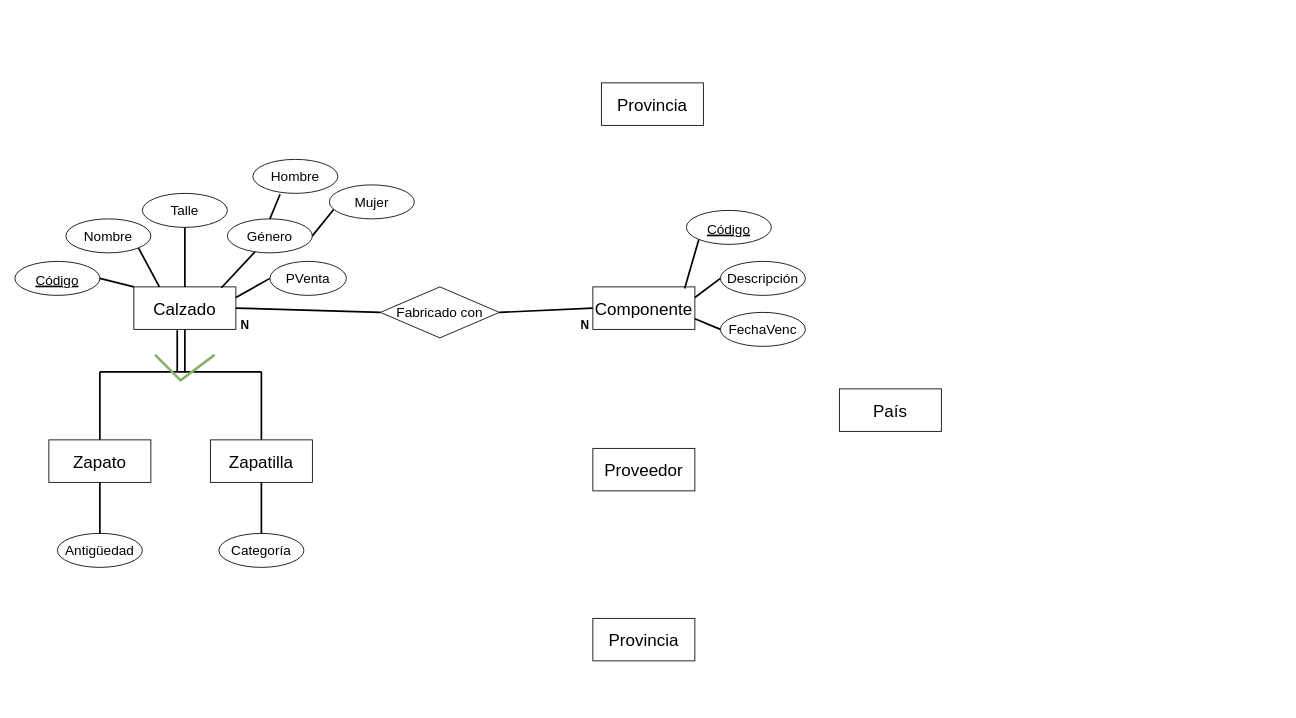
Before: Leandro Cantero - Parcial.drawio in LeandroCantero/BaseDeDatos-Unahur, a draw.io diagram. Source tidied: cells renumbered, new cells numbered last; positions are measured from the earlier drawing's top-left corner, leaving out a move shared by most shapes. Both pictures are drawn from the tidied source at 85%, with x=0, y=0 at pixel (14, 82).
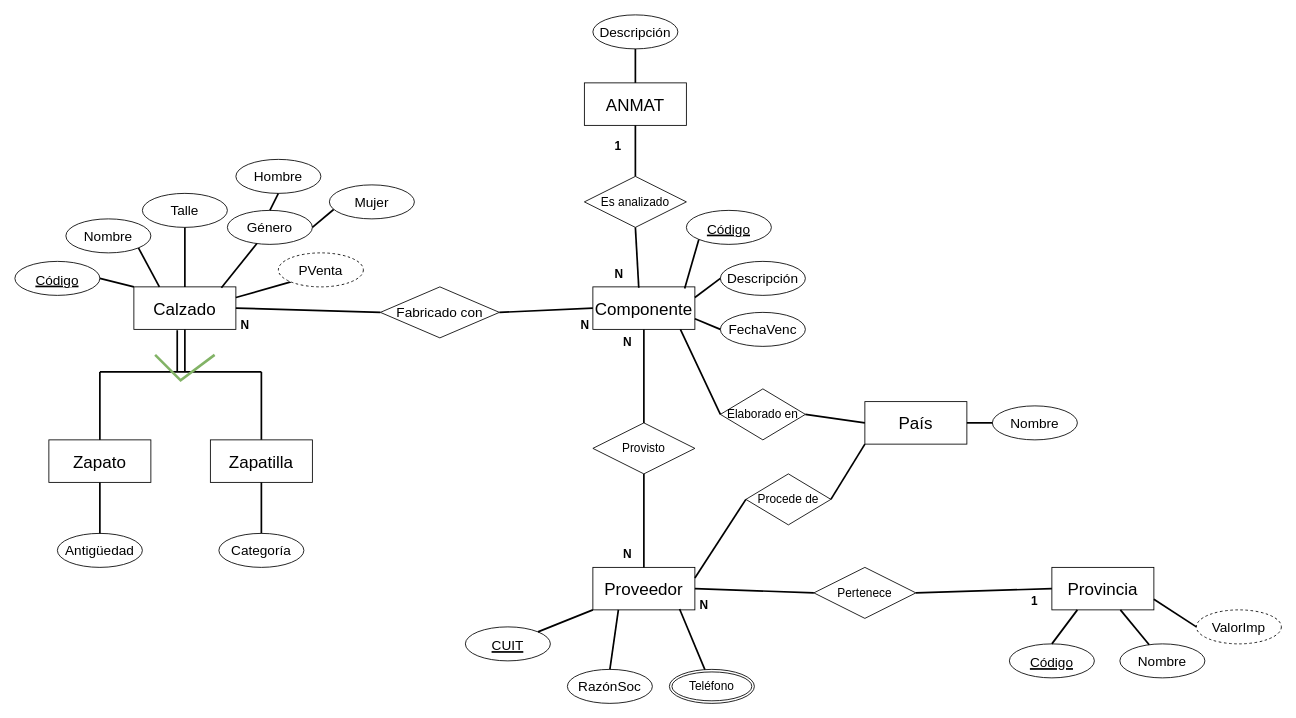
Above is the later version.

Unchanged cells that the change refers to:
```xml
<mxCell id="2" value="&lt;font style=&quot;font-size: 20px;&quot;&gt;Calzado&lt;/font&gt;" style="whiteSpace=wrap;html=1;align=center;fontSize=14;" parent="1" vertex="1">
  <mxGeometry x="140" y="240" width="120" height="50" as="geometry" />
</mxCell>
<mxCell id="29" value="&lt;span style=&quot;font-size: 20px;&quot;&gt;Componente&lt;/span&gt;" style="whiteSpace=wrap;html=1;align=center;fontSize=14;" parent="1" vertex="1">
  <mxGeometry x="680" y="240" width="120" height="50" as="geometry" />
</mxCell>
```

What changed in the source:
```diff
@@
     <mxCell id="6" value="Género" style="ellipse;whiteSpace=wrap;html=1;align=center;fontSize=16;" parent="1" vertex="1">
-      <mxGeometry x="250" y="160" width="100" height="40" as="geometry" />
+      <mxGeometry x="250" y="150" width="100" height="40" as="geometry" />
     </mxCell>
-    <mxCell id="7" value="PVenta" style="ellipse;whiteSpace=wrap;html=1;align=center;fontSize=16;" parent="1" vertex="1">
-      <mxGeometry x="300" y="210" width="90" height="40" as="geometry" />
-    </mxCell>
     <mxCell id="8" value="Hombre" style="ellipse;whiteSpace=wrap;html=1;align=center;fontSize=16;" parent="1" vertex="1">
-      <mxGeometry x="280" y="90" width="100" height="40" as="geometry" />
+      <mxGeometry x="260" y="90" width="100" height="40" as="geometry" />
     </mxCell>
@@
-    <mxCell id="14" style="endArrow=none;html=1;rounded=0;fontSize=16;strokeWidth=2;exitX=1;exitY=0.25;exitDx=0;exitDy=0;entryX=0;entryY=0.5;entryDx=0;entryDy=0;" parent="1" edge="1" source="2" target="7">
+    <mxCell id="14" style="endArrow=none;html=1;rounded=0;fontSize=16;strokeWidth=2;exitX=1;exitY=0.25;exitDx=0;exitDy=0;entryX=0;entryY=1;entryDx=0;entryDy=0;" parent="1" edge="1" source="2" target="7">
       <mxGeometry relative="1" as="geometry" />
     </mxCell>
@@
-    <mxCell id="16" style="endArrow=none;html=1;rounded=0;fontSize=16;strokeWidth=2;exitX=0.5;exitY=0;exitDx=0;exitDy=0;entryX=0.32;entryY=1.025;entryDx=0;entryDy=0;entryPerimeter=0;" parent="1" edge="1" source="6" target="8">
+    <mxCell id="16" style="endArrow=none;html=1;rounded=0;fontSize=16;strokeWidth=2;exitX=0.5;exitY=0;exitDx=0;exitDy=0;entryX=0.5;entryY=1;entryDx=0;entryDy=0;" parent="1" edge="1" source="6" target="8">
       <mxGeometry relative="1" as="geometry" />
     </mxCell>
@@
     <mxCell id="41" value="&lt;span style=&quot;font-size: 20px;&quot;&gt;Proveedor&lt;/span&gt;" style="whiteSpace=wrap;html=1;align=center;fontSize=14;" parent="1" vertex="1">
-      <mxGeometry x="680" y="430" width="120" height="50" as="geometry" />
+      <mxGeometry x="680" y="570" width="120" height="50" as="geometry" />
     </mxCell>
     <mxCell id="42" value="&lt;span style=&quot;font-size: 20px;&quot;&gt;Provincia&lt;/span&gt;" style="whiteSpace=wrap;html=1;align=center;fontSize=14;" parent="1" vertex="1">
-      <mxGeometry x="680" y="630" width="120" height="50" as="geometry" />
+      <mxGeometry x="1220" y="570" width="120" height="50" as="geometry" />
     </mxCell>
     <mxCell id="43" value="&lt;span style=&quot;font-size: 20px;&quot;&gt;País&lt;/span&gt;" style="whiteSpace=wrap;html=1;align=center;fontSize=14;" parent="1" vertex="1">
-      <mxGeometry x="970" y="360" width="120" height="50" as="geometry" />
+      <mxGeometry x="1000" y="375" width="120" height="50" as="geometry" />
     </mxCell>
-    <mxCell id="44" value="&lt;span style=&quot;font-size: 20px;&quot;&gt;Provincia&lt;/span&gt;" style="whiteSpace=wrap;html=1;align=center;fontSize=14;" parent="1" vertex="1">
-      <mxGeometry x="690" width="120" height="50" as="geometry" />
+    <mxCell id="44" value="&lt;span style=&quot;font-size: 20px;&quot;&gt;ANMAT&lt;/span&gt;" style="whiteSpace=wrap;html=1;align=center;fontSize=14;" parent="1" vertex="1">
+      <mxGeometry x="670" width="120" height="50" as="geometry" />
     </mxCell>
+    <mxCell id="45" value="Descripción" style="ellipse;whiteSpace=wrap;html=1;align=center;fontSize=16;" parent="1" vertex="1">
+      <mxGeometry x="680" y="-80" width="100" height="40" as="geometry" />
+    </mxCell>
+    <mxCell id="46" value="Nombre" style="ellipse;whiteSpace=wrap;html=1;align=center;fontSize=16;" parent="1" vertex="1">
+      <mxGeometry x="1150" y="380" width="100" height="40" as="geometry" />
+    </mxCell>
+    <mxCell id="47" value="RazónSoc" style="ellipse;whiteSpace=wrap;html=1;align=center;fontSize=16;" parent="1" vertex="1">
+      <mxGeometry x="650" y="690" width="100" height="40" as="geometry" />
+    </mxCell>
+    <mxCell id="48" value="&lt;font style=&quot;font-size: 16px;&quot;&gt;CUIT&lt;/font&gt;" style="ellipse;whiteSpace=wrap;html=1;align=center;fontStyle=4;fontSize=20;" parent="1" vertex="1">
+      <mxGeometry x="530" y="640" width="100" height="40" as="geometry" />
+    </mxCell>
+    <mxCell id="49" value="Teléfono" style="ellipse;shape=doubleEllipse;margin=3;whiteSpace=wrap;html=1;align=center;fontSize=14;" parent="1" vertex="1">
+      <mxGeometry x="770" y="690" width="100" height="40" as="geometry" />
+    </mxCell>
+    <mxCell id="50" value="&lt;font style=&quot;font-size: 16px;&quot;&gt;Código&lt;/font&gt;" style="ellipse;whiteSpace=wrap;html=1;align=center;fontStyle=4;fontSize=20;" parent="1" vertex="1">
+      <mxGeometry x="1170" y="660" width="100" height="40" as="geometry" />
+    </mxCell>
+    <mxCell id="51" value="Nombre" style="ellipse;whiteSpace=wrap;html=1;align=center;fontSize=16;" parent="1" vertex="1">
+      <mxGeometry x="1300" y="660" width="100" height="40" as="geometry" />
+    </mxCell>
+    <mxCell id="52" value="&lt;span style=&quot;font-size: 16px;&quot;&gt;ValorImp&lt;/span&gt;" style="ellipse;whiteSpace=wrap;html=1;align=center;dashed=1;fontSize=14;" parent="1" vertex="1">
+      <mxGeometry x="1390" y="620" width="100" height="40" as="geometry" />
+    </mxCell>
+    <mxCell id="7" value="&lt;span style=&quot;font-size: 16px;&quot;&gt;PVenta&lt;/span&gt;" style="ellipse;whiteSpace=wrap;html=1;align=center;dashed=1;fontSize=14;" parent="1" vertex="1">
+      <mxGeometry x="310" y="200" width="100" height="40" as="geometry" />
+    </mxCell>
+    <mxCell id="53" value="Provisto" style="shape=rhombus;perimeter=rhombusPerimeter;whiteSpace=wrap;html=1;align=center;fontSize=14;" parent="1" vertex="1">
+      <mxGeometry x="680" y="400" width="120" height="60" as="geometry" />
+    </mxCell>
+    <mxCell id="54" style="endArrow=none;html=1;rounded=0;fontSize=14;strokeWidth=2;entryX=0.5;entryY=1;entryDx=0;entryDy=0;exitX=0.5;exitY=0;exitDx=0;exitDy=0;" parent="1" edge="1" source="53" target="29">
+      <mxGeometry relative="1" as="geometry" />
+    </mxCell>
+    <mxCell id="55" style="endArrow=none;html=1;rounded=0;fontSize=14;strokeWidth=2;exitX=0.5;exitY=1;exitDx=0;exitDy=0;" parent="1" edge="1" source="53" target="41">
+      <mxGeometry relative="1" as="geometry" />
+    </mxCell>
+    <mxCell id="56" value="Pertenece" style="shape=rhombus;perimeter=rhombusPerimeter;whiteSpace=wrap;html=1;align=center;fontSize=14;" parent="1" vertex="1">
+      <mxGeometry x="940" y="570" width="120" height="60" as="geometry" />
+    </mxCell>
+    <mxCell id="57" style="endArrow=none;html=1;rounded=0;fontSize=14;strokeWidth=2;exitX=1;exitY=0.5;exitDx=0;exitDy=0;entryX=0;entryY=0.5;entryDx=0;entryDy=0;" parent="1" edge="1" source="41" target="56">
+      <mxGeometry relative="1" as="geometry" />
+    </mxCell>
+    <mxCell id="58" style="endArrow=none;html=1;rounded=0;fontSize=14;strokeWidth=2;exitX=1;exitY=0.5;exitDx=0;exitDy=0;entryX=0;entryY=0.5;entryDx=0;entryDy=0;" parent="1" edge="1" source="56" target="42">
+      <mxGeometry relative="1" as="geometry" />
+    </mxCell>
+    <mxCell id="59" style="endArrow=none;html=1;rounded=0;fontSize=14;strokeWidth=2;exitX=1;exitY=0;exitDx=0;exitDy=0;entryX=0;entryY=1;entryDx=0;entryDy=0;" parent="1" edge="1" source="48" target="41">
+      <mxGeometry relative="1" as="geometry" />
+    </mxCell>
+    <mxCell id="60" style="endArrow=none;html=1;rounded=0;fontSize=14;strokeWidth=2;exitX=0.5;exitY=0;exitDx=0;exitDy=0;entryX=0.25;entryY=1;entryDx=0;entryDy=0;" parent="1" edge="1" source="47" target="41">
+      <mxGeometry relative="1" as="geometry" />
+    </mxCell>
+    <mxCell id="61" style="endArrow=none;html=1;rounded=0;fontSize=14;strokeWidth=2;entryX=0.85;entryY=0.98;entryDx=0;entryDy=0;entryPerimeter=0;" parent="1" edge="1" source="49" target="41">
+      <mxGeometry relative="1" as="geometry" />
+    </mxCell>
+    <mxCell id="62" style="endArrow=none;html=1;rounded=0;fontSize=14;strokeWidth=2;exitX=0.5;exitY=0;exitDx=0;exitDy=0;entryX=0.25;entryY=1;entryDx=0;entryDy=0;" parent="1" edge="1" source="50" target="42">
+      <mxGeometry relative="1" as="geometry" />
+    </mxCell>
+    <mxCell id="63" style="endArrow=none;html=1;rounded=0;fontSize=14;strokeWidth=2;" parent="1" edge="1" source="51" target="42">
+      <mxGeometry relative="1" as="geometry" />
+    </mxCell>
+    <mxCell id="64" style="endArrow=none;html=1;rounded=0;fontSize=14;strokeWidth=2;entryX=1;entryY=0.75;entryDx=0;entryDy=0;exitX=0;exitY=0.5;exitDx=0;exitDy=0;" parent="1" edge="1" source="52" target="42">
+      <mxGeometry relative="1" as="geometry" />
+    </mxCell>
+    <mxCell id="65" value="Procede de" style="shape=rhombus;perimeter=rhombusPerimeter;whiteSpace=wrap;html=1;align=center;fontSize=14;" parent="1" vertex="1">
+      <mxGeometry x="860" y="460" width="100" height="60" as="geometry" />
+    </mxCell>
+    <mxCell id="66" value="Elaborado en" style="shape=rhombus;perimeter=rhombusPerimeter;whiteSpace=wrap;html=1;align=center;fontSize=14;" parent="1" vertex="1">
+      <mxGeometry x="830" y="360" width="100" height="60" as="geometry" />
+    </mxCell>
+    <mxCell id="67" style="endArrow=none;html=1;rounded=0;fontSize=16;strokeWidth=2;exitX=0.858;exitY=1;exitDx=0;exitDy=0;entryX=0;entryY=0.5;entryDx=0;entryDy=0;exitPerimeter=0;" parent="1" edge="1" source="29" target="66">
+      <mxGeometry relative="1" as="geometry" />
+    </mxCell>
+    <mxCell id="68" style="endArrow=none;html=1;rounded=0;fontSize=16;strokeWidth=2;exitX=0;exitY=0.5;exitDx=0;exitDy=0;entryX=1;entryY=0.5;entryDx=0;entryDy=0;" parent="1" edge="1" source="43" target="66">
+      <mxGeometry relative="1" as="geometry" />
+    </mxCell>
+    <mxCell id="69" style="endArrow=none;html=1;rounded=0;fontSize=16;strokeWidth=2;exitX=1;exitY=0.25;exitDx=0;exitDy=0;entryX=0;entryY=0.5;entryDx=0;entryDy=0;" parent="1" edge="1" source="41" target="65">
+      <mxGeometry relative="1" as="geometry" />
+    </mxCell>
+    <mxCell id="70" style="endArrow=none;html=1;rounded=0;fontSize=16;strokeWidth=2;exitX=0;exitY=1;exitDx=0;exitDy=0;entryX=1;entryY=0.5;entryDx=0;entryDy=0;" parent="1" edge="1" source="43" target="65">
+      <mxGeometry relative="1" as="geometry" />
+    </mxCell>
+    <mxCell id="71" style="endArrow=none;html=1;rounded=0;fontSize=16;strokeWidth=2;exitX=0;exitY=0.5;exitDx=0;exitDy=0;entryX=1;entryY=0.5;entryDx=0;entryDy=0;" parent="1" edge="1" source="46" target="43">
+      <mxGeometry relative="1" as="geometry" />
+    </mxCell>
+    <mxCell id="72" style="endArrow=none;html=1;rounded=0;fontSize=14;strokeWidth=2;entryX=0.5;entryY=1;entryDx=0;entryDy=0;exitX=0.5;exitY=0;exitDx=0;exitDy=0;" parent="1" edge="1" source="44" target="45">
+      <mxGeometry relative="1" as="geometry" />
+    </mxCell>
+    <mxCell id="73" value="N" style="text;strokeColor=none;fillColor=none;spacingLeft=4;spacingRight=4;overflow=hidden;fontSize=14;fontStyle=1;" parent="1" vertex="1">
+      <mxGeometry x="700" y="210" width="20" height="30" as="geometry" />
+    </mxCell>
+    <mxCell id="74" value="1" style="text;strokeColor=none;fillColor=none;spacingLeft=4;spacingRight=4;overflow=hidden;fontSize=14;fontStyle=1;" parent="1" vertex="1">
+      <mxGeometry x="700" y="60" width="20" height="30" as="geometry" />
+    </mxCell>
+    <mxCell id="75" value="Es analizado" style="shape=rhombus;perimeter=rhombusPerimeter;whiteSpace=wrap;html=1;align=center;fontSize=14;" parent="1" vertex="1">
+      <mxGeometry x="670" y="110" width="120" height="60" as="geometry" />
+    </mxCell>
+    <mxCell id="76" style="endArrow=none;html=1;rounded=0;fontSize=14;strokeWidth=2;exitX=0.45;exitY=0.02;exitDx=0;exitDy=0;exitPerimeter=0;entryX=0.5;entryY=1;entryDx=0;entryDy=0;" parent="1" edge="1" source="29" target="75">
+      <mxGeometry relative="1" as="geometry" />
+    </mxCell>
+    <mxCell id="77" style="endArrow=none;html=1;rounded=0;fontSize=14;strokeWidth=2;exitX=0.5;exitY=1;exitDx=0;exitDy=0;entryX=0.5;entryY=0;entryDx=0;entryDy=0;" parent="1" edge="1" source="44" target="75">
+      <mxGeometry relative="1" as="geometry" />
+    </mxCell>
+    <mxCell id="78" value="N" style="text;strokeColor=none;fillColor=none;spacingLeft=4;spacingRight=4;overflow=hidden;fontSize=14;fontStyle=1;" parent="1" vertex="1">
+      <mxGeometry x="710" y="290" width="20" height="30" as="geometry" />
+    </mxCell>
+    <mxCell id="79" value="N" style="text;strokeColor=none;fillColor=none;spacingLeft=4;spacingRight=4;overflow=hidden;fontSize=14;fontStyle=1;" parent="1" vertex="1">
+      <mxGeometry x="710" y="540" width="20" height="30" as="geometry" />
+    </mxCell>
+    <mxCell id="80" value="N" style="text;strokeColor=none;fillColor=none;spacingLeft=4;spacingRight=4;overflow=hidden;fontSize=14;fontStyle=1;" parent="1" vertex="1">
+      <mxGeometry x="800" y="600" width="20" height="30" as="geometry" />
+    </mxCell>
+    <mxCell id="81" value="1" style="text;strokeColor=none;fillColor=none;spacingLeft=4;spacingRight=4;overflow=hidden;fontSize=14;fontStyle=1;" parent="1" vertex="1">
+      <mxGeometry x="1190" y="595" width="20" height="30" as="geometry" />
+    </mxCell>
```
